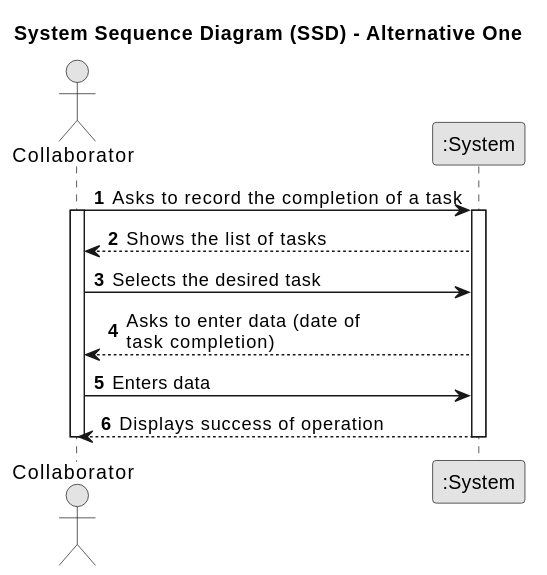
Earlier version of the PlantUML export docs/sprintC/us029/01.requirements-engineering/svg/us029-system-sequence-diagram-alternative-one-System_Sequence_Diagram__SSD____Alternative_One.svg (SAEmanuel/Green_Spaces_Management_ISEP). Source of this version:
```plantuml
@startuml
skinparam monochrome true
skinparam packageStyle rectangle
skinparam shadowing false

title System Sequence Diagram (SSD) - Alternative One

autonumber

actor "Collaborator" as COLLAB
participant ":System" as System


        COLLAB -> System: Asks to record the completion of a task
        activate COLLAB
        activate System

        System --> COLLAB : Shows the list of tasks
        COLLAB -> System: Selects the desired task
        System --> COLLAB: Asks to enter data (date of\ntask completion)
        COLLAB -> System: Enters data
        System --> COLLAB: Displays success of operation


        deactivate System
        deactivate COLLAB
@enduml
```
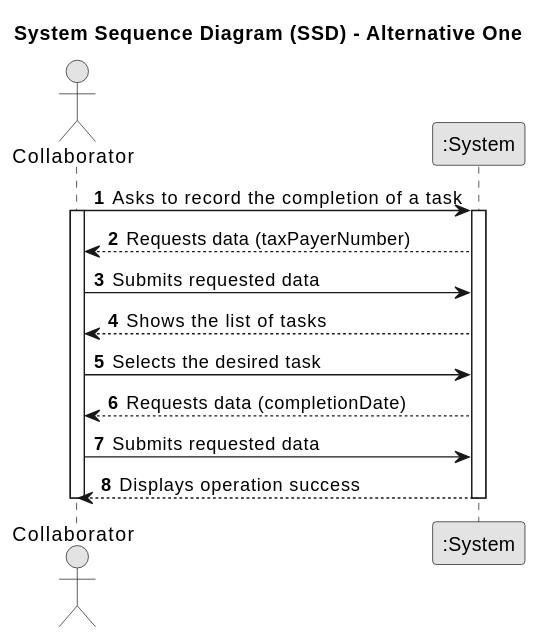
After the change.

The edit, as a diff of the source:
```diff
@@ -7,21 +7,23 @@
 
 autonumber
 
-actor "Collaborator" as COLLAB
+actor "Collaborator" as COLAB
 participant ":System" as System
 
 
-        COLLAB -> System: Asks to record the completion of a task
-        activate COLLAB
+        COLAB -> System: Asks to record the completion of a task
+        activate COLAB
         activate System
 
-        System --> COLLAB : Shows the list of tasks
-        COLLAB -> System: Selects the desired task
-        System --> COLLAB: Asks to enter data (date of\ntask completion)
-        COLLAB -> System: Enters data
-        System --> COLLAB: Displays success of operation
+        System --> COLAB : Requests data (taxPayerNumber)
+        COLAB -> System: Submits requested data
+        System --> COLAB : Shows the list of tasks
+        COLAB -> System: Selects the desired task
+        System --> COLAB: Requests data (completionDate)
+        COLAB -> System: Submits requested data
+        System --> COLAB: Displays operation success
 
 
         deactivate System
-        deactivate COLLAB
+        deactivate COLAB
 @enduml
```
